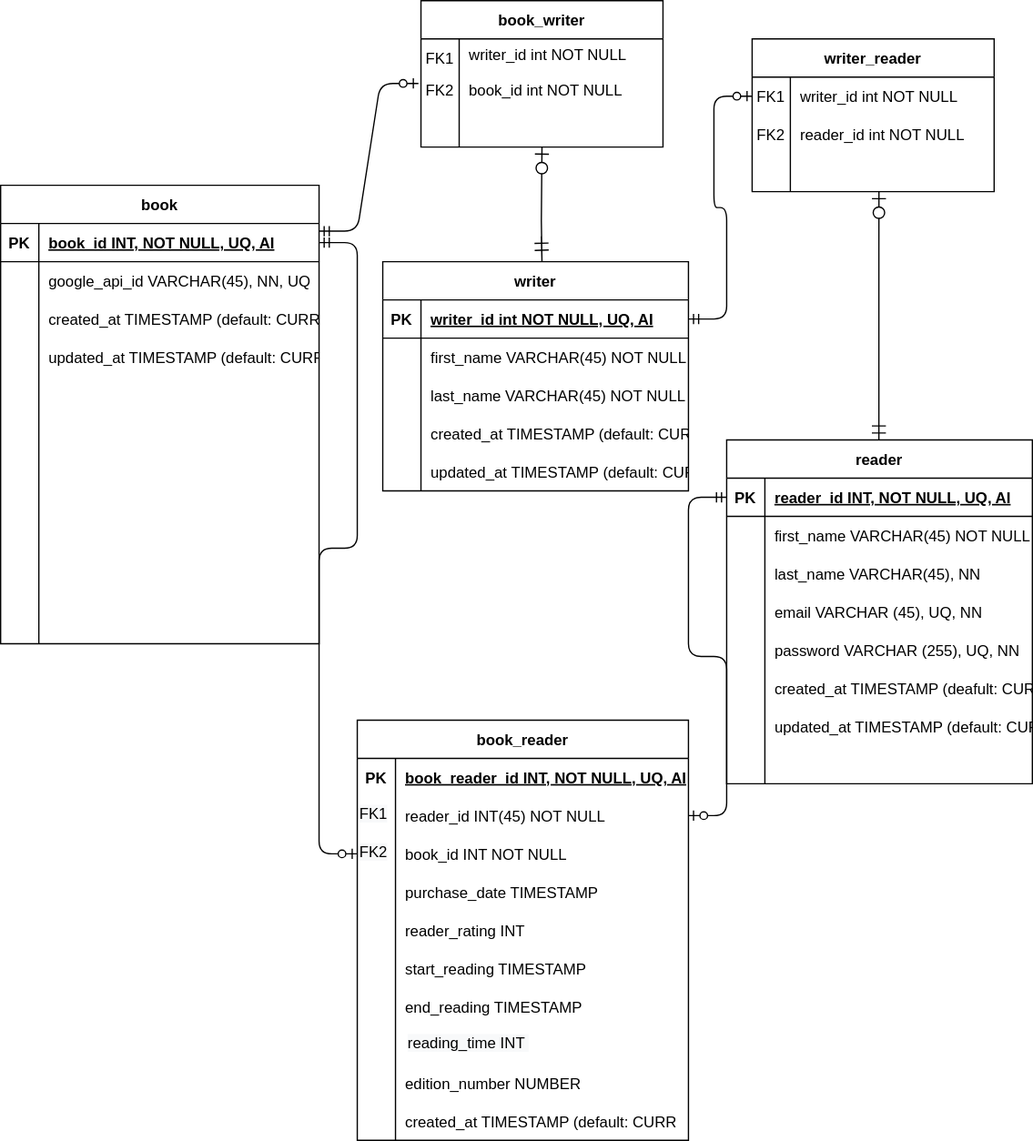
CristianaCostaPereira/BooketList keeps this draw.io diagram as Documents/Data_Base_Diagram.svg. Above is the earlier version. Source tidied: cells renumbered, new cells last; positions are measured from the earlier drawing's top-left corner, leaving out a move shared by most shapes.
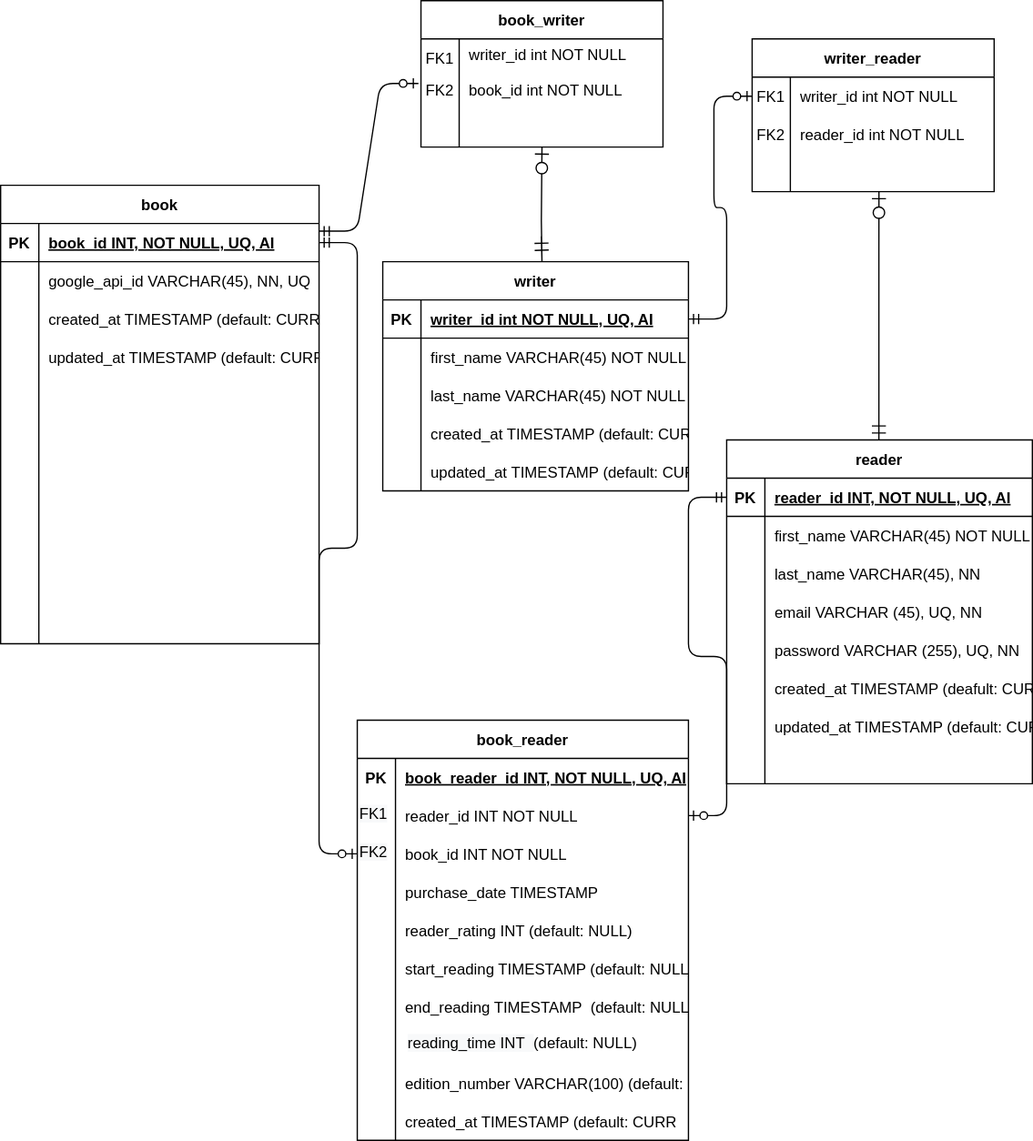
Above is the later version.

What changed in the source:
```diff
@@ -215,7 +215,7 @@
     <mxCell id="69" style="shape=partialRectangle;overflow=hidden;fillColor=none;top=0;left=0;bottom=0;right=0;" parent="68" vertex="1">
       <mxGeometry width="30" height="30" as="geometry" />
     </mxCell>
-    <mxCell id="70" value="reader_id INT(45) NOT NULL" style="shape=partialRectangle;overflow=hidden;fillColor=none;top=0;left=0;bottom=0;right=0;align=left;spacingLeft=6;" parent="68" vertex="1">
+    <mxCell id="70" value="reader_id INT NOT NULL" style="shape=partialRectangle;overflow=hidden;fillColor=none;top=0;left=0;bottom=0;right=0;align=left;spacingLeft=6;" parent="68" vertex="1">
       <mxGeometry x="30" width="230" height="30" as="geometry" />
     </mxCell>
     <mxCell id="71" style="shape=partialRectangle;fillColor=none;points=[[0,0.5],[1,0.5]];portConstraint=eastwest;top=0;left=0;right=0;bottom=0;" parent="64" vertex="1">
@@ -242,7 +242,7 @@
     <mxCell id="78" value="&#10;&#10;&lt;span style=&quot;color: rgb(0, 0, 0); font-family: helvetica; font-size: 12px; font-style: normal; font-weight: 400; letter-spacing: normal; text-align: left; text-indent: 0px; text-transform: none; word-spacing: 0px; background-color: rgb(248, 249, 250); display: inline; float: none;&quot;&gt;category_id int NOT NULL&lt;/span&gt;&#10;&#10;" style="shape=partialRectangle;overflow=hidden;fillColor=none;top=0;left=0;bottom=0;right=0;" parent="77" vertex="1">
       <mxGeometry width="30" height="30" as="geometry" />
     </mxCell>
-    <mxCell id="79" value="reader_rating INT" style="shape=partialRectangle;overflow=hidden;fillColor=none;top=0;left=0;bottom=0;right=0;align=left;spacingLeft=6;" parent="77" vertex="1">
+    <mxCell id="79" value="reader_rating INT (default: NULL)" style="shape=partialRectangle;overflow=hidden;fillColor=none;top=0;left=0;bottom=0;right=0;align=left;spacingLeft=6;" parent="77" vertex="1">
       <mxGeometry x="30" width="230" height="30" as="geometry" />
     </mxCell>
     <mxCell id="80" style="shape=partialRectangle;fillColor=none;top=0;left=0;right=0;bottom=0;" parent="64" vertex="1">
@@ -251,7 +251,7 @@
     <mxCell id="81" value="&#10;&#10;&lt;span style=&quot;color: rgb(0, 0, 0); font-family: helvetica; font-size: 12px; font-style: normal; font-weight: 400; letter-spacing: normal; text-align: left; text-indent: 0px; text-transform: none; word-spacing: 0px; background-color: rgb(248, 249, 250); display: inline; float: none;&quot;&gt;category_id int NOT NULL&lt;/span&gt;&#10;&#10;" style="shape=partialRectangle;overflow=hidden;fillColor=none;top=0;left=0;bottom=0;right=0;" parent="80" vertex="1">
       <mxGeometry width="30" height="30" as="geometry" />
     </mxCell>
-    <mxCell id="82" value="start_reading TIMESTAMP" style="shape=partialRectangle;overflow=hidden;fillColor=none;top=0;left=0;bottom=0;right=0;align=left;spacingLeft=6;" parent="80" vertex="1">
+    <mxCell id="82" value="start_reading TIMESTAMP (default: NULL)" style="shape=partialRectangle;overflow=hidden;fillColor=none;top=0;left=0;bottom=0;right=0;align=left;spacingLeft=6;" parent="80" vertex="1">
       <mxGeometry x="30" width="230" height="30" as="geometry" />
     </mxCell>
     <mxCell id="83" style="shape=partialRectangle;fillColor=none;top=0;left=0;right=0;bottom=0;" parent="64" vertex="1">
@@ -260,7 +260,7 @@
     <mxCell id="84" value="&#10;&#10;&lt;span style=&quot;color: rgb(0, 0, 0); font-family: helvetica; font-size: 12px; font-style: normal; font-weight: 400; letter-spacing: normal; text-align: left; text-indent: 0px; text-transform: none; word-spacing: 0px; background-color: rgb(248, 249, 250); display: inline; float: none;&quot;&gt;category_id int NOT NULL&lt;/span&gt;&#10;&#10;" style="shape=partialRectangle;overflow=hidden;fillColor=none;top=0;left=0;bottom=0;right=0;" parent="83" vertex="1">
       <mxGeometry width="30" height="30" as="geometry" />
     </mxCell>
-    <mxCell id="85" value="end_reading TIMESTAMP " style="shape=partialRectangle;overflow=hidden;fillColor=none;top=0;left=0;bottom=0;right=0;align=left;spacingLeft=6;" parent="83" vertex="1">
+    <mxCell id="85" value="end_reading TIMESTAMP  (default: NULL)" style="shape=partialRectangle;overflow=hidden;fillColor=none;top=0;left=0;bottom=0;right=0;align=left;spacingLeft=6;" parent="83" vertex="1">
       <mxGeometry x="30" width="230" height="30" as="geometry" />
     </mxCell>
     <mxCell id="86" style="shape=partialRectangle;fillColor=none;top=0;left=0;right=0;bottom=0;" parent="64" vertex="1">
@@ -278,7 +278,7 @@
     <mxCell id="90" value="&#10;&#10;&lt;span style=&quot;color: rgb(0, 0, 0); font-family: helvetica; font-size: 12px; font-style: normal; font-weight: 400; letter-spacing: normal; text-align: left; text-indent: 0px; text-transform: none; word-spacing: 0px; background-color: rgb(248, 249, 250); display: inline; float: none;&quot;&gt;category_id int NOT NULL&lt;/span&gt;&#10;&#10;" style="shape=partialRectangle;overflow=hidden;fillColor=none;top=0;left=0;bottom=0;right=0;" parent="89" vertex="1">
       <mxGeometry width="30" height="30" as="geometry" />
     </mxCell>
-    <mxCell id="91" value="edition_number NUMBER" style="shape=partialRectangle;overflow=hidden;fillColor=none;top=0;left=0;bottom=0;right=0;align=left;spacingLeft=6;" parent="89" vertex="1">
+    <mxCell id="91" value="edition_number VARCHAR(100) (default: NULL)" style="shape=partialRectangle;overflow=hidden;fillColor=none;top=0;left=0;bottom=0;right=0;align=left;spacingLeft=6;" parent="89" vertex="1">
       <mxGeometry x="30" width="230" height="30" as="geometry" />
     </mxCell>
     <mxCell id="92" value="writer_reader" style="shape=table;startSize=30;rowLines=0;fontStyle=1;align=center;" parent="1" vertex="1">
@@ -415,8 +415,8 @@
     <mxCell id="134" value="updated_at TIMESTAMP (default: CURRENT_TIMESTAMP ON UPDATE CURRENT_TIMESTAMP)" style="shape=partialRectangle;overflow=hidden;fillColor=none;top=0;left=0;bottom=0;right=0;align=left;spacingLeft=6;" parent="1" vertex="1">
       <mxGeometry x="330" y="355" width="210" height="30" as="geometry" />
     </mxCell>
-    <mxCell id="135" value="&lt;span style=&quot;color: rgb(0 , 0 , 0) ; font-family: &amp;#34;helvetica&amp;#34; ; font-size: 12px ; font-style: normal ; font-weight: 400 ; letter-spacing: normal ; text-align: left ; text-indent: 0px ; text-transform: none ; word-spacing: 0px ; background-color: rgb(248 , 249 , 250) ; display: inline ; float: none&quot;&gt;reading_time INT&amp;nbsp;&lt;/span&gt;" style="text;whiteSpace=wrap;html=1;" parent="1" vertex="1">
-      <mxGeometry x="318" y="805" width="180" height="30" as="geometry" />
+    <mxCell id="135" value="&lt;span style=&quot;color: rgb(0 , 0 , 0) ; font-family: &amp;#34;helvetica&amp;#34; ; font-size: 12px ; font-style: normal ; font-weight: 400 ; letter-spacing: normal ; text-align: left ; text-indent: 0px ; text-transform: none ; word-spacing: 0px ; background-color: rgb(248 , 249 , 250) ; display: inline ; float: none&quot;&gt;reading_time INT&amp;nbsp;&amp;nbsp;&lt;/span&gt;&lt;span&gt;(default: NULL)&lt;/span&gt;" style="text;whiteSpace=wrap;html=1;" parent="1" vertex="1">
+      <mxGeometry x="318" y="805" width="202" height="30" as="geometry" />
     </mxCell>
     <mxCell id="136" value="PK" style="shape=partialRectangle;overflow=hidden;fillColor=none;top=0;left=0;bottom=0;right=0;fontStyle=1;" parent="1" vertex="1">
       <mxGeometry x="280" y="595" width="30" height="30" as="geometry" />
```
